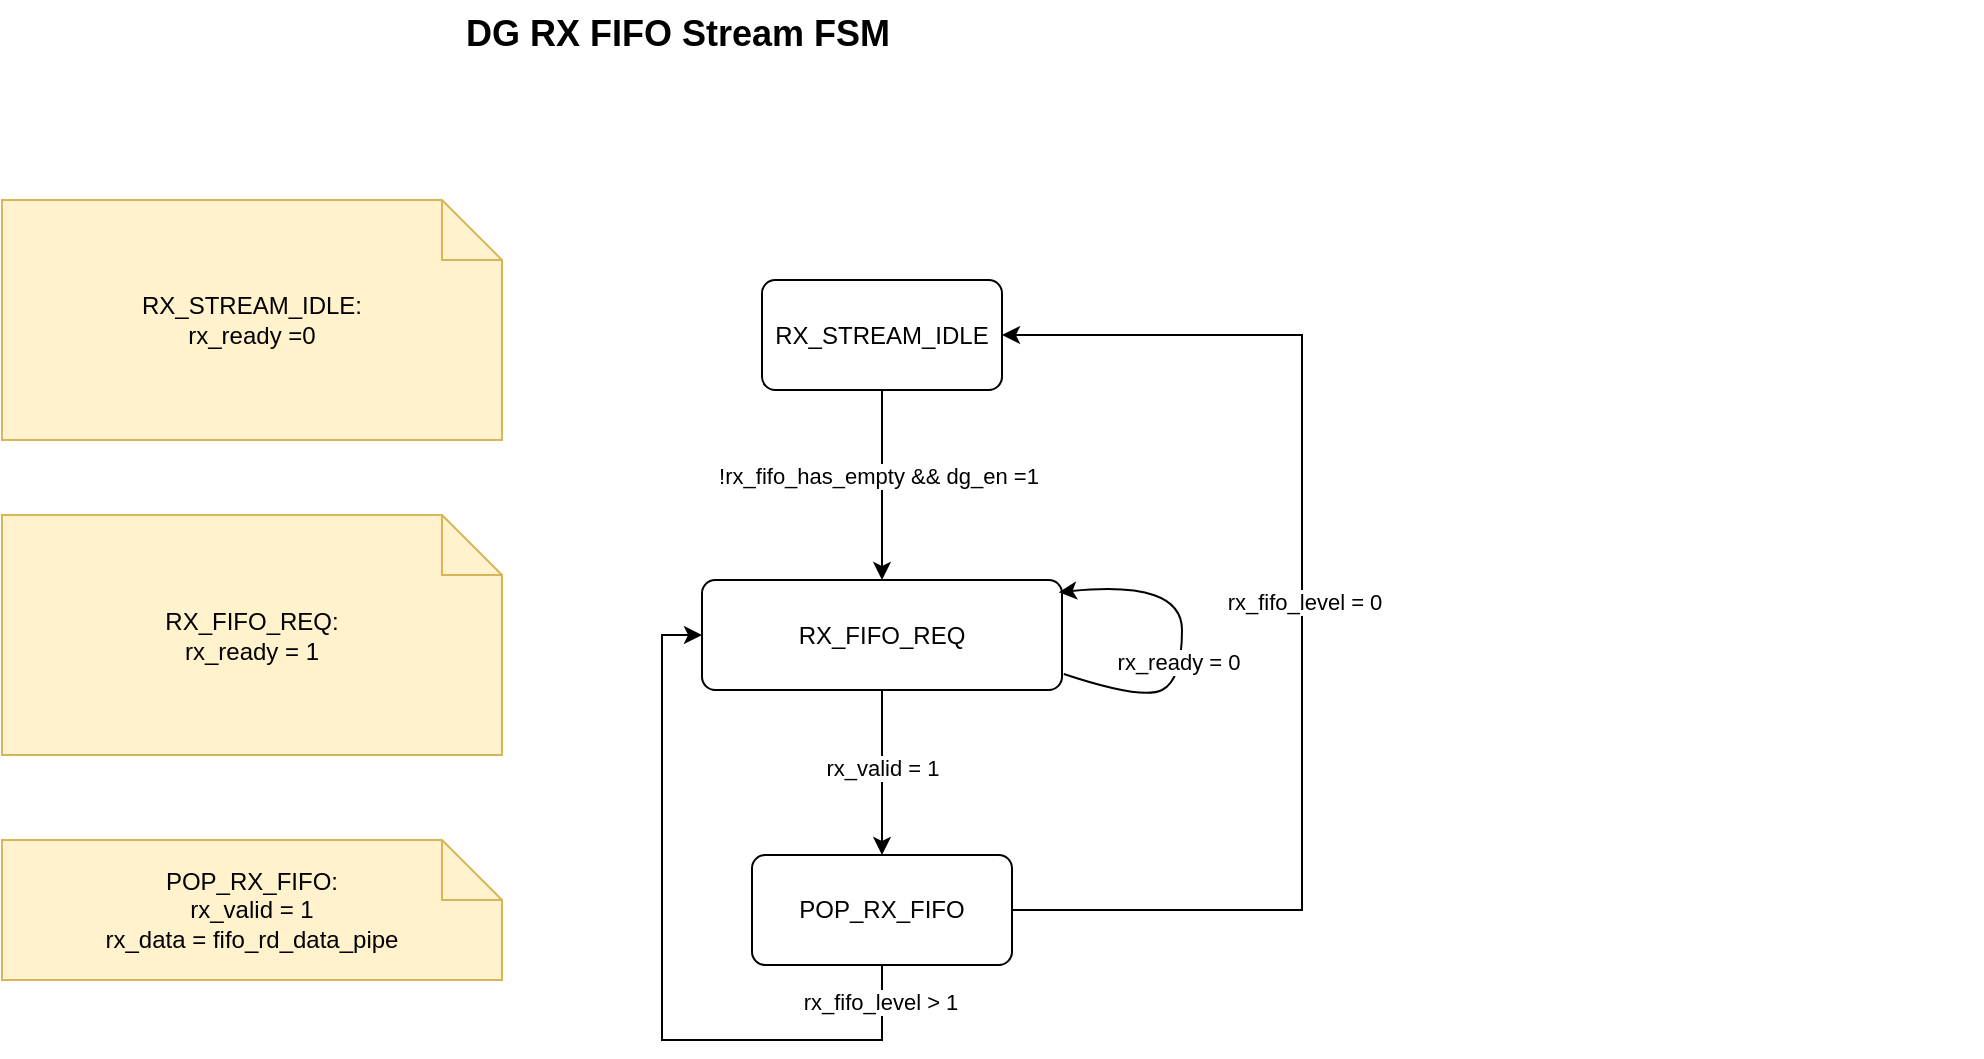
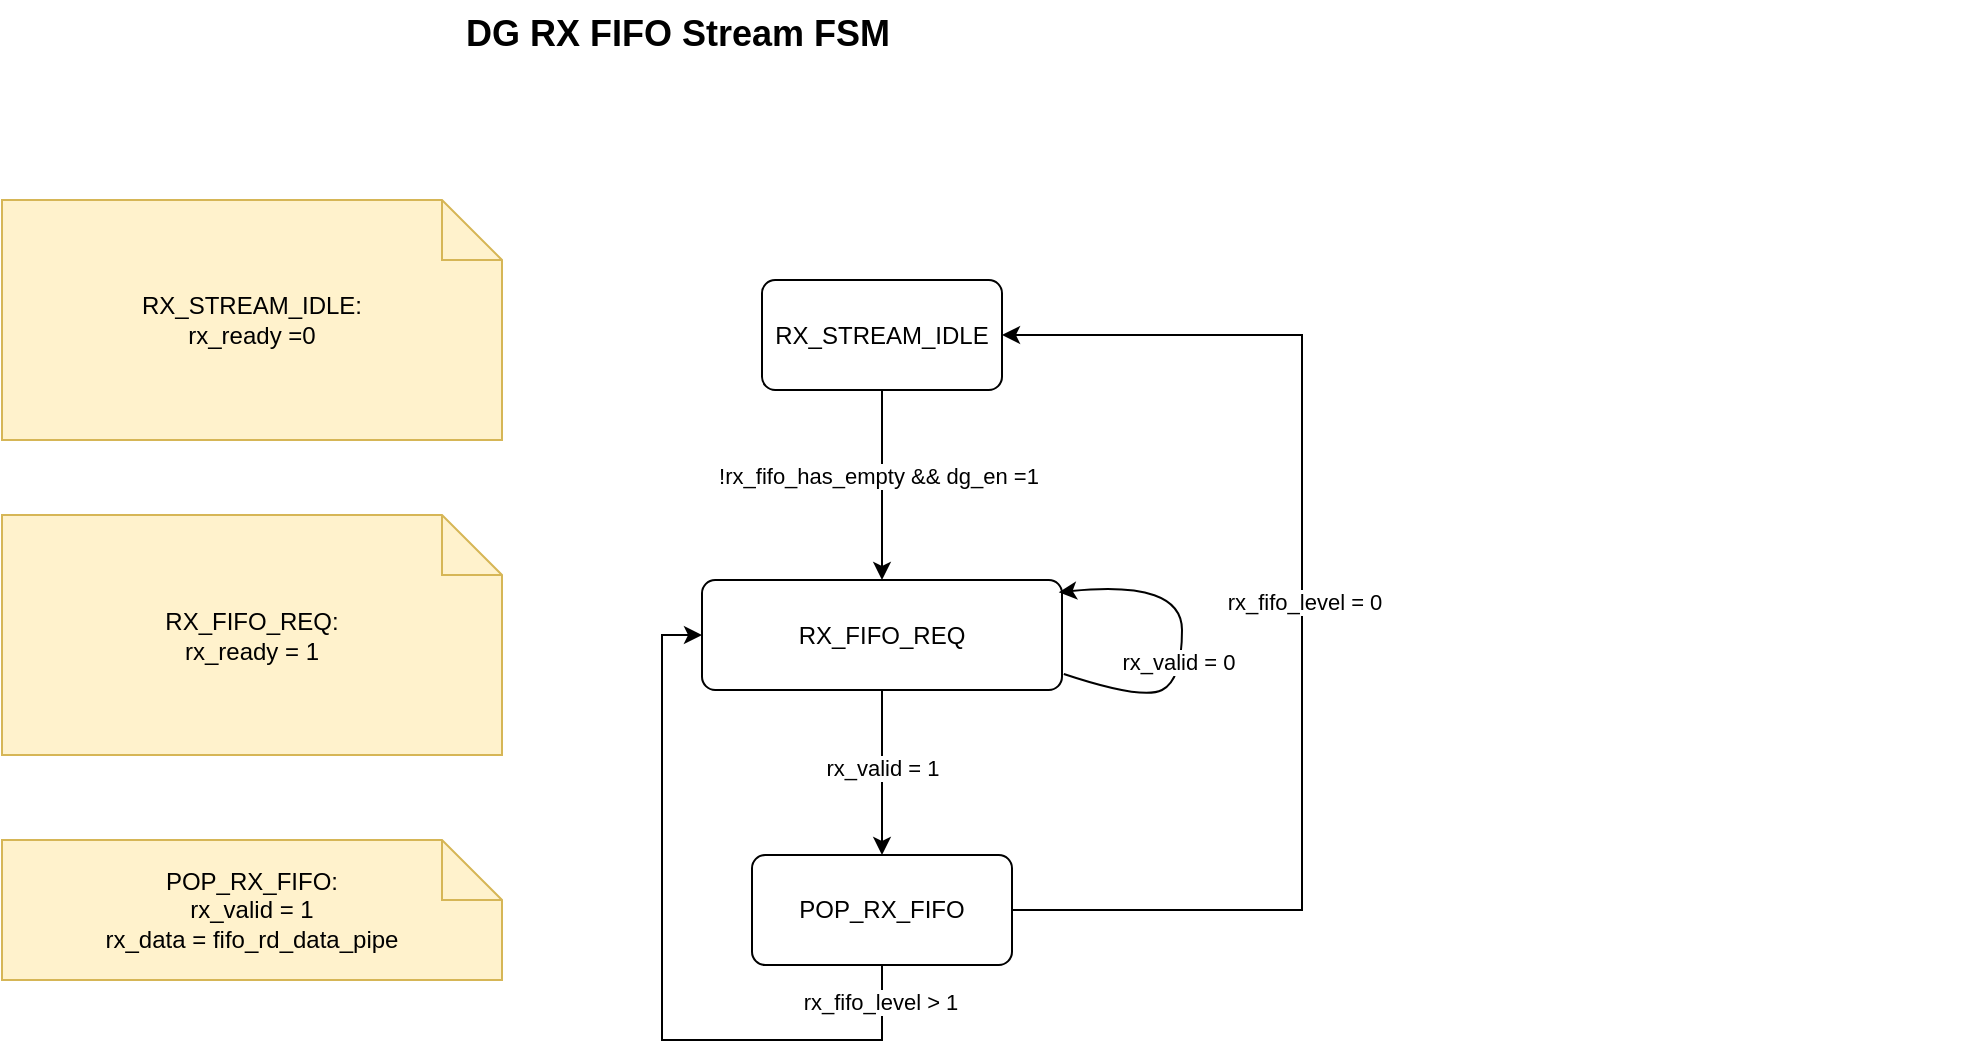
<mxfile host="app.diagrams.net">
  <diagram name="第 1 页" id="1fRNLwPgRf_CtldP1hrz">
    <mxGraphModel dx="-981" dy="380" grid="1" gridSize="10" guides="1" tooltips="1" connect="1" arrows="1" fold="1" page="1" pageScale="1" pageWidth="827" pageHeight="1169" math="0" shadow="0">
      <root>
        <mxCell id="0" />
        <mxCell id="1" parent="0" />
        <mxCell id="M1j7goV4bkzS5Lg1R7Bt-28" parent="1" style="text;html=1;strokeColor=none;fillColor=none;fontSize=18;fontStyle=1;" value="DG RX FIFO Stream FSM&amp;nbsp;&amp;nbsp;" vertex="1">
          <mxGeometry height="40" width="760" x="2040" y="130" as="geometry" />
        </mxCell>
        <mxCell id="M1j7goV4bkzS5Lg1R7Bt-29" parent="1" style="rounded=1;whiteSpace=wrap;html=1;arcSize=12;fillColor=#ffffff;strokeColor=#000000;" value="RX_STREAM_IDLE" vertex="1">
          <mxGeometry height="55" width="120" x="2190" y="270" as="geometry" />
        </mxCell>
        <mxCell id="M1j7goV4bkzS5Lg1R7Bt-30" parent="1" style="rounded=1;whiteSpace=wrap;html=1;arcSize=12;fillColor=#ffffff;strokeColor=#000000;" value="RX_FIFO_REQ" vertex="1">
          <mxGeometry height="55" width="180" x="2160" y="420" as="geometry" />
        </mxCell>
        <mxCell id="M1j7goV4bkzS5Lg1R7Bt-31" edge="1" parent="1" source="M1j7goV4bkzS5Lg1R7Bt-29" style="endArrow=classic;html=1;rounded=0;exitX=0.5;exitY=1;exitDx=0;exitDy=0;entryX=0.5;entryY=0;entryDx=0;entryDy=0;" target="M1j7goV4bkzS5Lg1R7Bt-30" value="">
          <mxGeometry height="50" relative="1" width="50" as="geometry">
            <mxPoint x="2270" y="390" as="sourcePoint" />
            <mxPoint x="2320" y="340" as="targetPoint" />
          </mxGeometry>
        </mxCell>
        <mxCell id="M1j7goV4bkzS5Lg1R7Bt-32" connectable="0" parent="M1j7goV4bkzS5Lg1R7Bt-31" style="edgeLabel;html=1;align=center;verticalAlign=middle;resizable=0;points=[];" value="!rx_fifo_has_empty &amp;amp;&amp;amp; dg_en =1" vertex="1">
          <mxGeometry relative="1" x="-0.0927" y="-2" as="geometry">
            <mxPoint as="offset" />
          </mxGeometry>
        </mxCell>
        <mxCell id="M1j7goV4bkzS5Lg1R7Bt-33" parent="1" style="shape=note;whiteSpace=wrap;html=1;fillColor=#fff2cc;strokeColor=#d6b656;" value="RX_FIFO_REQ:&lt;div&gt;r&lt;span style=&quot;background-color: transparent;&quot;&gt;x_ready = 1&lt;/span&gt;&lt;br&gt;&lt;/div&gt;" vertex="1">
          <mxGeometry height="120" width="250" x="1810" y="387.5" as="geometry" />
        </mxCell>
        <mxCell id="M1j7goV4bkzS5Lg1R7Bt-34" parent="1" style="rounded=1;whiteSpace=wrap;html=1;arcSize=12;fillColor=#ffffff;strokeColor=#000000;" value="POP_RX_FIFO" vertex="1">
          <mxGeometry height="55" width="130" x="2185" y="557.5" as="geometry" />
        </mxCell>
        <mxCell id="M1j7goV4bkzS5Lg1R7Bt-35" edge="1" parent="1" source="M1j7goV4bkzS5Lg1R7Bt-30" style="endArrow=classic;html=1;rounded=0;exitX=0.5;exitY=1;exitDx=0;exitDy=0;entryX=0.5;entryY=0;entryDx=0;entryDy=0;" target="M1j7goV4bkzS5Lg1R7Bt-34" value="">
          <mxGeometry height="50" relative="1" width="50" as="geometry">
            <mxPoint x="2260" y="540" as="sourcePoint" />
            <mxPoint x="2310" y="490" as="targetPoint" />
          </mxGeometry>
        </mxCell>
        <mxCell id="M1j7goV4bkzS5Lg1R7Bt-36" connectable="0" parent="M1j7goV4bkzS5Lg1R7Bt-35" style="edgeLabel;html=1;align=center;verticalAlign=middle;resizable=0;points=[];" value="rx_valid = 1" vertex="1">
          <mxGeometry relative="1" x="-0.0537" as="geometry">
            <mxPoint as="offset" />
          </mxGeometry>
        </mxCell>
        <mxCell id="M1j7goV4bkzS5Lg1R7Bt-37" parent="1" style="shape=note;whiteSpace=wrap;html=1;fillColor=#fff2cc;strokeColor=#d6b656;" value="POP_RX_FIFO:&lt;div&gt;rx_valid = 1&lt;/div&gt;&lt;div&gt;rx_data = fifo_rd_data_pipe&lt;/div&gt;" vertex="1">
          <mxGeometry height="70" width="250" x="1810" y="550" as="geometry" />
        </mxCell>
        <mxCell id="M1j7goV4bkzS5Lg1R7Bt-38" parent="1" style="shape=note;whiteSpace=wrap;html=1;fillColor=#fff2cc;strokeColor=#d6b656;" value="RX_STREAM_IDLE:&lt;div&gt;rx_ready =0&lt;/div&gt;" vertex="1">
          <mxGeometry height="120" width="250" x="1810" y="230" as="geometry" />
        </mxCell>
        <mxCell id="M1j7goV4bkzS5Lg1R7Bt-39" edge="1" parent="1" source="M1j7goV4bkzS5Lg1R7Bt-34" style="endArrow=classic;html=1;rounded=0;exitX=0.5;exitY=1;exitDx=0;exitDy=0;entryX=0;entryY=0.5;entryDx=0;entryDy=0;edgeStyle=orthogonalEdgeStyle;" target="M1j7goV4bkzS5Lg1R7Bt-30" value="">
          <mxGeometry height="50" relative="1" width="50" as="geometry">
            <Array as="points">
              <mxPoint x="2250" y="650" />
              <mxPoint x="2140" y="650" />
              <mxPoint x="2140" y="448" />
            </Array>
            <mxPoint x="2440" y="550" as="sourcePoint" />
            <mxPoint x="2490" y="500" as="targetPoint" />
          </mxGeometry>
        </mxCell>
        <mxCell id="M1j7goV4bkzS5Lg1R7Bt-40" connectable="0" parent="M1j7goV4bkzS5Lg1R7Bt-39" style="edgeLabel;html=1;align=center;verticalAlign=middle;resizable=0;points=[];" value="rx_fifo_level &amp;gt; 1" vertex="1">
          <mxGeometry relative="1" x="-0.9016" y="-1" as="geometry">
            <mxPoint as="offset" />
          </mxGeometry>
        </mxCell>
        <mxCell id="M1j7goV4bkzS5Lg1R7Bt-41" edge="1" parent="1" source="M1j7goV4bkzS5Lg1R7Bt-34" style="endArrow=classic;html=1;rounded=0;exitX=1;exitY=0.5;exitDx=0;exitDy=0;entryX=1;entryY=0.5;entryDx=0;entryDy=0;edgeStyle=orthogonalEdgeStyle;" target="M1j7goV4bkzS5Lg1R7Bt-29" value="">
          <mxGeometry height="50" relative="1" width="50" as="geometry">
            <Array as="points">
              <mxPoint x="2460" y="585" />
              <mxPoint x="2460" y="298" />
            </Array>
            <mxPoint x="2400" y="580" as="sourcePoint" />
            <mxPoint x="2450" y="530" as="targetPoint" />
          </mxGeometry>
        </mxCell>
        <mxCell id="M1j7goV4bkzS5Lg1R7Bt-42" connectable="0" parent="M1j7goV4bkzS5Lg1R7Bt-41" style="edgeLabel;html=1;align=center;verticalAlign=middle;resizable=0;points=[];" value="rx_fifo_level = 0" vertex="1">
          <mxGeometry relative="1" x="0.0267" y="-1" as="geometry">
            <mxPoint as="offset" />
          </mxGeometry>
        </mxCell>
        <mxCell id="M1j7goV4bkzS5Lg1R7Bt-55" edge="1" parent="1" source="M1j7goV4bkzS5Lg1R7Bt-30" style="curved=1;endArrow=classic;html=1;rounded=0;entryX=0.991;entryY=0.112;entryDx=0;entryDy=0;exitX=1.005;exitY=0.854;exitDx=0;exitDy=0;exitPerimeter=0;entryPerimeter=0;" target="M1j7goV4bkzS5Lg1R7Bt-30" value="">
          <mxGeometry height="50" relative="1" width="50" as="geometry">
            <Array as="points">
              <mxPoint x="2380" y="480" />
              <mxPoint x="2400" y="470" />
              <mxPoint x="2400" y="420" />
            </Array>
            <mxPoint x="2350" y="540" as="sourcePoint" />
            <mxPoint x="2400" y="490" as="targetPoint" />
          </mxGeometry>
        </mxCell>
-         <mxCell id="M1j7goV4bkzS5Lg1R7Bt-56" connectable="0" parent="M1j7goV4bkzS5Lg1R7Bt-55" style="edgeLabel;html=1;align=center;verticalAlign=middle;resizable=0;points=[];" value="rx_ready = 0" vertex="1">
+         <mxCell id="M1j7goV4bkzS5Lg1R7Bt-56" connectable="0" parent="M1j7goV4bkzS5Lg1R7Bt-55" style="edgeLabel;html=1;align=center;verticalAlign=middle;resizable=0;points=[];" value="rx_valid = 0" vertex="1">
          <mxGeometry relative="1" x="-0.1698" y="2" as="geometry">
            <mxPoint as="offset" />
          </mxGeometry>
        </mxCell>
      </root>
    </mxGraphModel>
  </diagram>
</mxfile>
